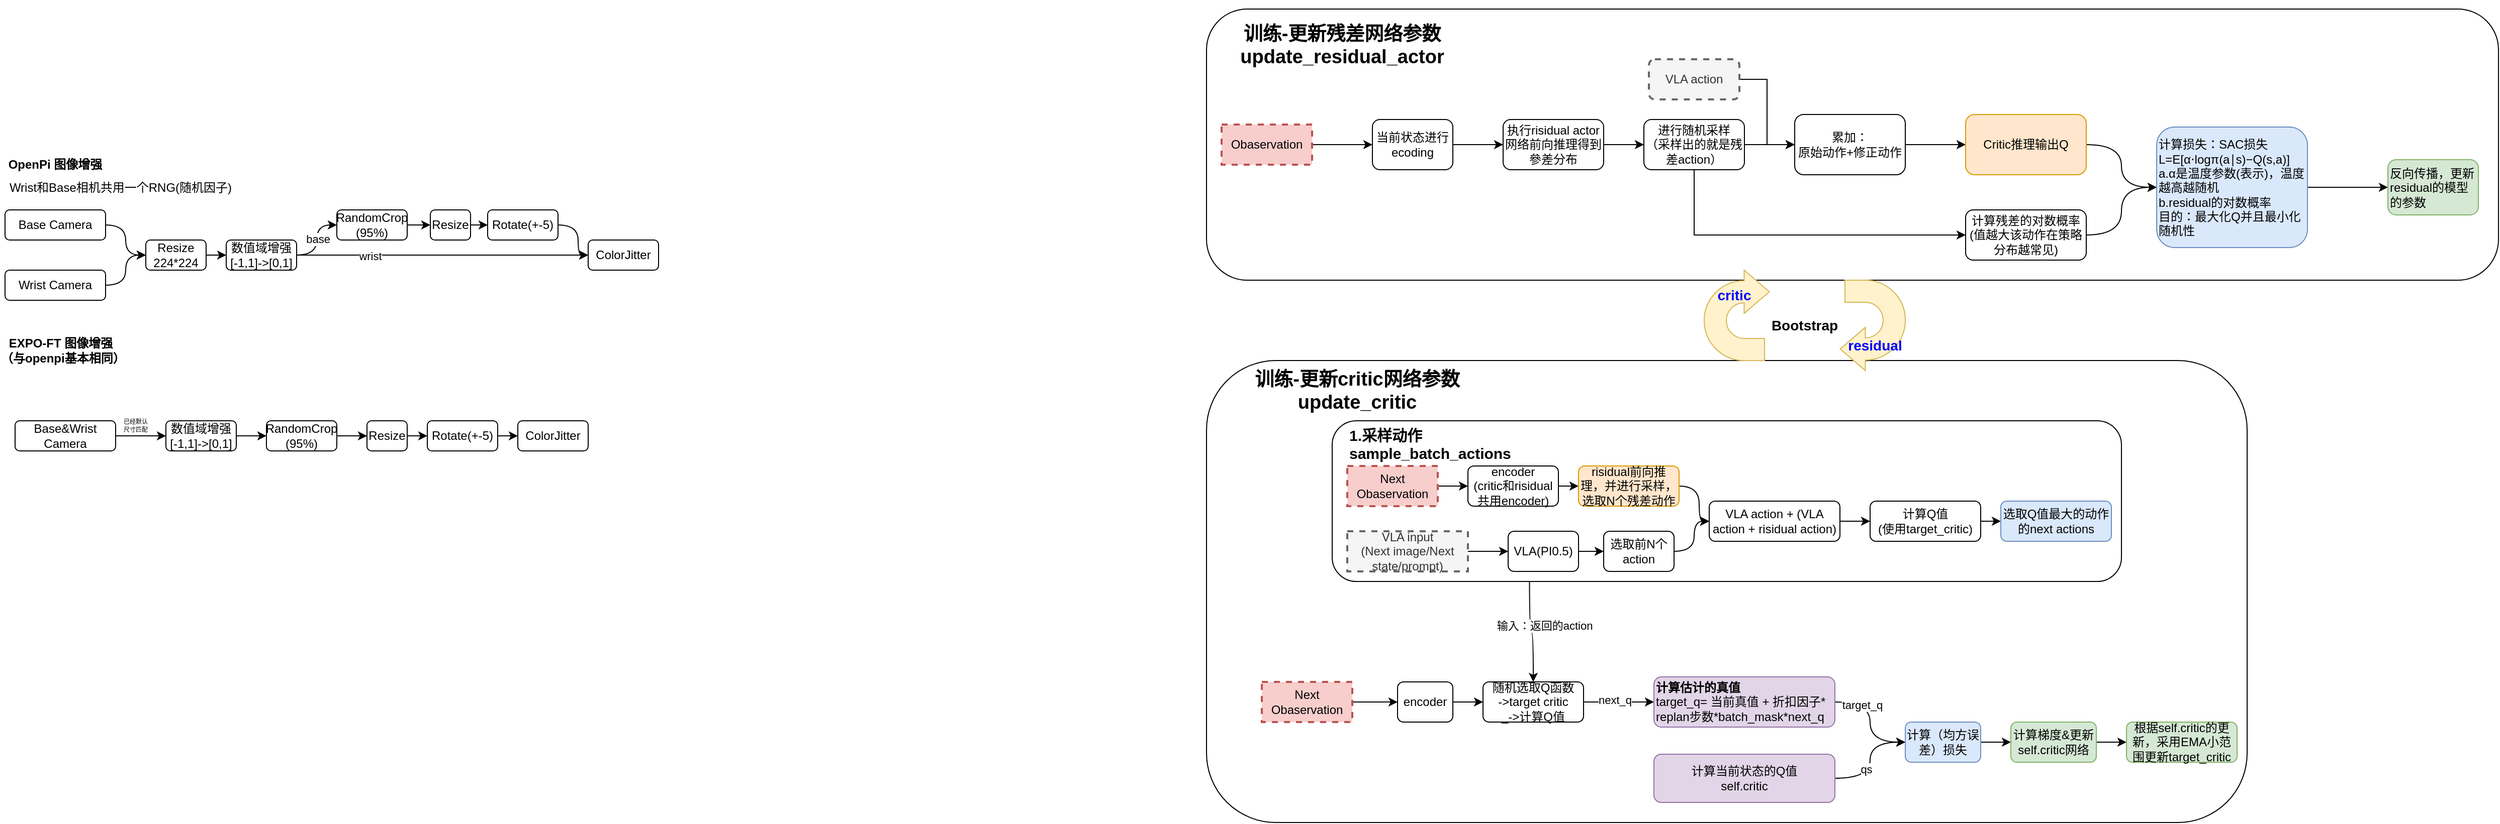
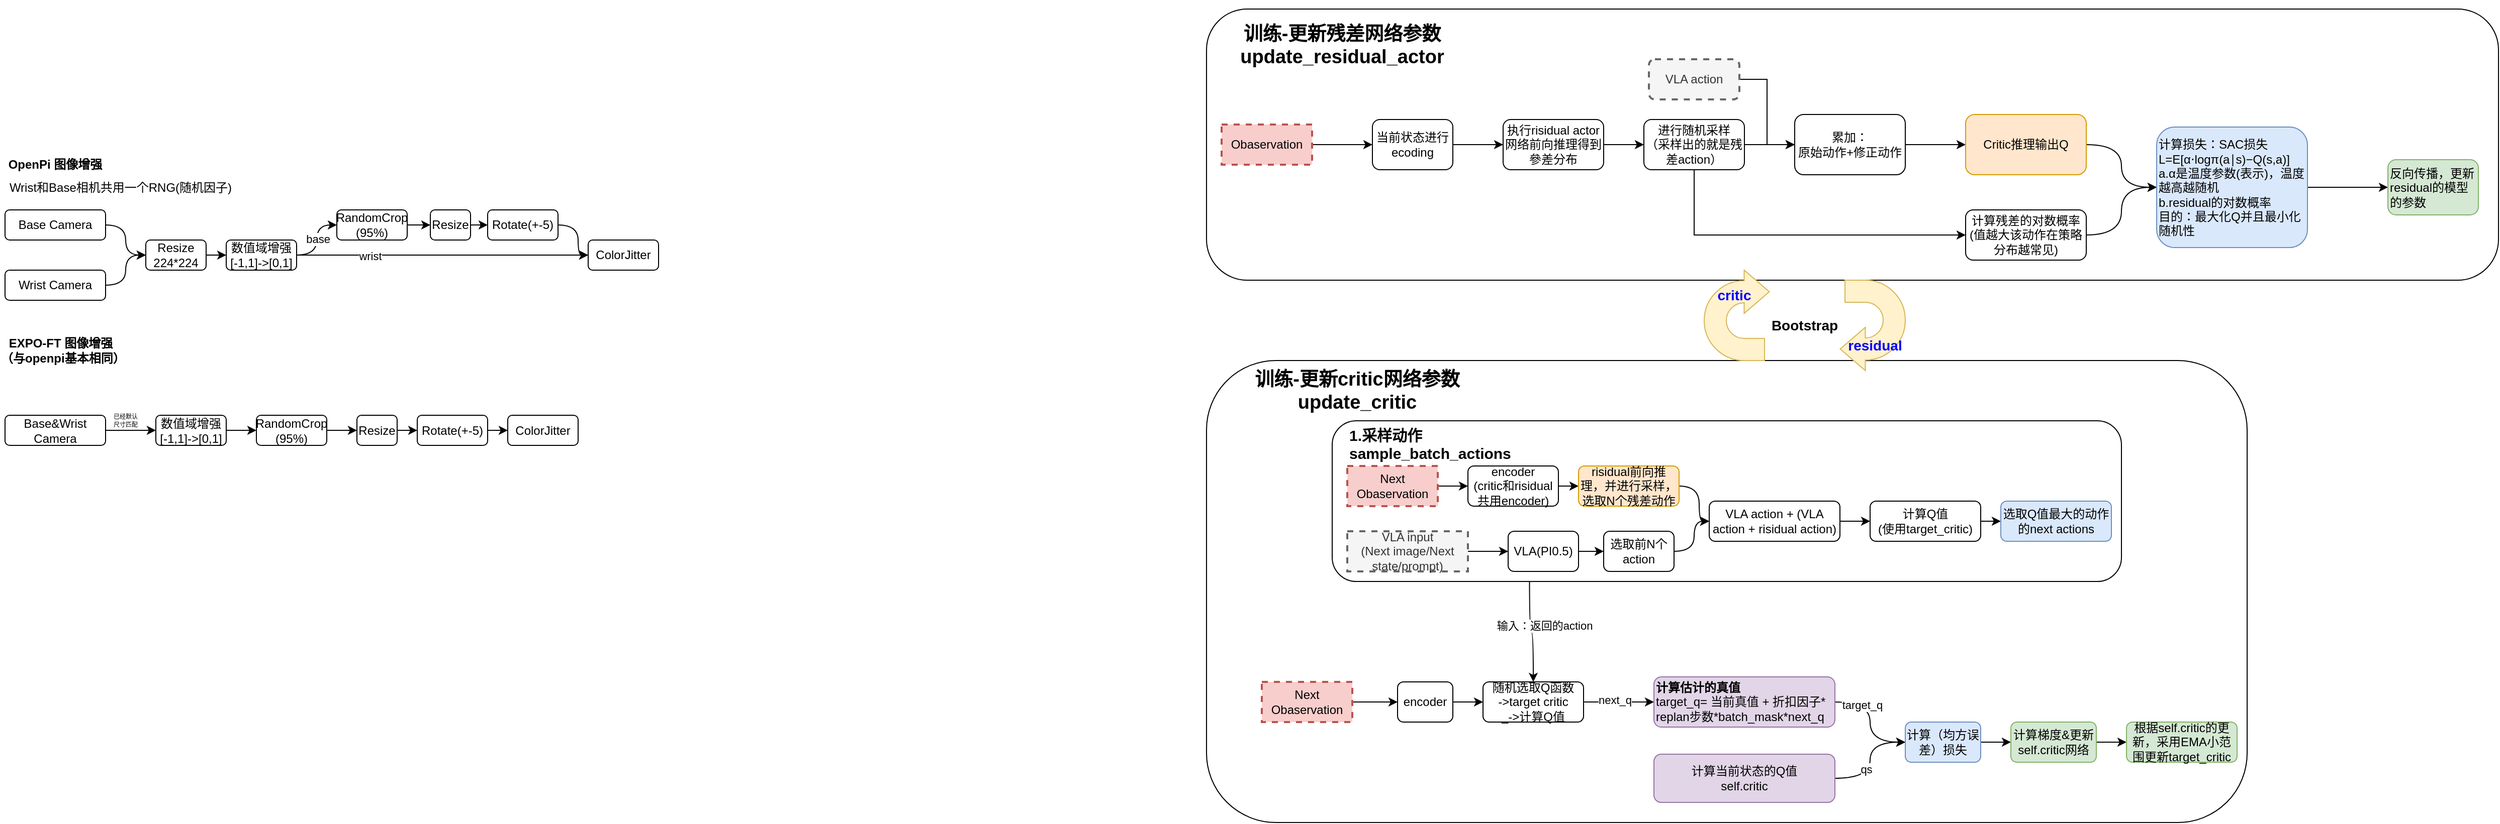
<mxfile host="app.diagrams.net">
  <diagram name="第 1 页" id="Xl2nalXjscSPXPMrPieM">
-     <mxGraphModel dx="1786" dy="375" grid="1" gridSize="10" guides="1" tooltips="1" connect="1" arrows="1" fold="1" page="1" pageScale="1" pageWidth="827" pageHeight="1169" math="0" shadow="0">
+     <mxGraphModel dx="2153" dy="1418" grid="1" gridSize="10" guides="1" tooltips="1" connect="1" arrows="1" fold="1" page="1" pageScale="1" pageWidth="827" pageHeight="1169" math="0" shadow="0">
      <root>
        <mxCell id="0" />
        <mxCell id="1" parent="0" />
        <mxCell id="5m5IZYSdE89hOnIhnB_D-75" parent="1" style="rounded=1;whiteSpace=wrap;html=1;" value="" vertex="1">
          <mxGeometry height="460" width="1035" x="-55" y="540" as="geometry" />
        </mxCell>
        <mxCell id="5m5IZYSdE89hOnIhnB_D-59" edge="1" parent="1" source="5m5IZYSdE89hOnIhnB_D-50" style="edgeStyle=orthogonalEdgeStyle;curved=1;rounded=0;orthogonalLoop=1;jettySize=auto;html=1;exitX=0.25;exitY=1;exitDx=0;exitDy=0;entryX=0.5;entryY=0;entryDx=0;entryDy=0;" target="5m5IZYSdE89hOnIhnB_D-56">
          <mxGeometry relative="1" as="geometry" />
        </mxCell>
        <mxCell id="5m5IZYSdE89hOnIhnB_D-60" connectable="0" parent="5m5IZYSdE89hOnIhnB_D-59" style="edgeLabel;html=1;align=center;verticalAlign=middle;resizable=0;points=[];" value="输入：返回的action" vertex="1">
          <mxGeometry relative="1" x="-0.1644" y="4" as="geometry">
            <mxPoint x="10" as="offset" />
          </mxGeometry>
        </mxCell>
        <mxCell id="5m5IZYSdE89hOnIhnB_D-22" parent="1" style="rounded=1;whiteSpace=wrap;html=1;" value="" vertex="1">
          <mxGeometry height="270" width="1285" x="-55" y="190" as="geometry" />
        </mxCell>
        <mxCell id="5m5IZYSdE89hOnIhnB_D-3" edge="1" parent="1" source="5m5IZYSdE89hOnIhnB_D-1" style="edgeStyle=orthogonalEdgeStyle;rounded=0;orthogonalLoop=1;jettySize=auto;html=1;" target="5m5IZYSdE89hOnIhnB_D-2" value="">
          <mxGeometry relative="1" as="geometry" />
        </mxCell>
        <mxCell id="5m5IZYSdE89hOnIhnB_D-1" parent="1" style="rounded=1;whiteSpace=wrap;html=1;" value="当前状态进行ecoding" vertex="1">
          <mxGeometry height="50" width="80" x="110" y="300" as="geometry" />
        </mxCell>
        <mxCell id="5m5IZYSdE89hOnIhnB_D-5" edge="1" parent="1" source="5m5IZYSdE89hOnIhnB_D-2" style="edgeStyle=orthogonalEdgeStyle;rounded=0;orthogonalLoop=1;jettySize=auto;html=1;" target="5m5IZYSdE89hOnIhnB_D-4" value="">
          <mxGeometry relative="1" as="geometry" />
        </mxCell>
        <mxCell id="5m5IZYSdE89hOnIhnB_D-2" parent="1" style="rounded=1;whiteSpace=wrap;html=1;" value="执行risidual actor网络前向推理得到參差分布" vertex="1">
          <mxGeometry height="50" width="100" x="240" y="300" as="geometry" />
        </mxCell>
        <mxCell id="5m5IZYSdE89hOnIhnB_D-7" edge="1" parent="1" source="5m5IZYSdE89hOnIhnB_D-4" style="edgeStyle=orthogonalEdgeStyle;rounded=0;orthogonalLoop=1;jettySize=auto;html=1;exitX=0.5;exitY=1;exitDx=0;exitDy=0;entryX=0;entryY=0.5;entryDx=0;entryDy=0;" target="5m5IZYSdE89hOnIhnB_D-6" value="">
          <mxGeometry relative="1" as="geometry" />
        </mxCell>
        <mxCell id="5m5IZYSdE89hOnIhnB_D-14" edge="1" parent="1" source="5m5IZYSdE89hOnIhnB_D-4" style="edgeStyle=orthogonalEdgeStyle;rounded=0;orthogonalLoop=1;jettySize=auto;html=1;exitX=1;exitY=0.5;exitDx=0;exitDy=0;entryX=0;entryY=0.5;entryDx=0;entryDy=0;" target="5m5IZYSdE89hOnIhnB_D-12">
          <mxGeometry relative="1" as="geometry" />
        </mxCell>
        <mxCell id="5m5IZYSdE89hOnIhnB_D-4" parent="1" style="rounded=1;whiteSpace=wrap;html=1;" value="进行随机采样&lt;br&gt;（采样出的就是残差action）" vertex="1">
          <mxGeometry height="50" width="100" x="380" y="300" as="geometry" />
        </mxCell>
        <mxCell id="5m5IZYSdE89hOnIhnB_D-19" edge="1" parent="1" source="5m5IZYSdE89hOnIhnB_D-6" style="edgeStyle=orthogonalEdgeStyle;rounded=0;orthogonalLoop=1;jettySize=auto;html=1;exitX=1;exitY=0.5;exitDx=0;exitDy=0;entryX=0;entryY=0.5;entryDx=0;entryDy=0;curved=1;" target="5m5IZYSdE89hOnIhnB_D-17">
          <mxGeometry relative="1" as="geometry" />
        </mxCell>
        <mxCell id="5m5IZYSdE89hOnIhnB_D-6" parent="1" style="rounded=1;whiteSpace=wrap;html=1;" value="计算残差的对数概率&lt;br&gt;(值越大该动作在策略分布越常见)" vertex="1">
          <mxGeometry height="50" width="120" x="700" y="390" as="geometry" />
        </mxCell>
        <mxCell id="5m5IZYSdE89hOnIhnB_D-9" edge="1" parent="1" source="5m5IZYSdE89hOnIhnB_D-8" style="edgeStyle=orthogonalEdgeStyle;rounded=0;orthogonalLoop=1;jettySize=auto;html=1;exitX=1;exitY=0.5;exitDx=0;exitDy=0;entryX=0;entryY=0.5;entryDx=0;entryDy=0;" target="5m5IZYSdE89hOnIhnB_D-1">
          <mxGeometry relative="1" as="geometry" />
        </mxCell>
        <mxCell id="5m5IZYSdE89hOnIhnB_D-8" parent="1" style="rounded=0;whiteSpace=wrap;html=1;fillColor=#f8cecc;strokeColor=#b85450;dashed=1;strokeWidth=2;" value="Obaservation" vertex="1">
          <mxGeometry height="40" width="90" x="-40" y="305" as="geometry" />
        </mxCell>
        <mxCell id="5m5IZYSdE89hOnIhnB_D-13" edge="1" parent="1" source="5m5IZYSdE89hOnIhnB_D-10" style="edgeStyle=orthogonalEdgeStyle;rounded=0;orthogonalLoop=1;jettySize=auto;html=1;exitX=1;exitY=0.5;exitDx=0;exitDy=0;entryX=0;entryY=0.5;entryDx=0;entryDy=0;" target="5m5IZYSdE89hOnIhnB_D-12">
          <mxGeometry relative="1" as="geometry" />
        </mxCell>
        <mxCell id="5m5IZYSdE89hOnIhnB_D-10" parent="1" style="rounded=1;whiteSpace=wrap;html=1;fillColor=#f5f5f5;fontColor=#333333;strokeColor=#666666;dashed=1;strokeWidth=2;" value="VLA action" vertex="1">
          <mxGeometry height="40" width="90" x="385" y="240" as="geometry" />
        </mxCell>
        <mxCell id="5m5IZYSdE89hOnIhnB_D-16" edge="1" parent="1" source="5m5IZYSdE89hOnIhnB_D-12" style="edgeStyle=orthogonalEdgeStyle;rounded=0;orthogonalLoop=1;jettySize=auto;html=1;exitX=1;exitY=0.5;exitDx=0;exitDy=0;entryX=0;entryY=0.5;entryDx=0;entryDy=0;" target="5m5IZYSdE89hOnIhnB_D-15">
          <mxGeometry relative="1" as="geometry" />
        </mxCell>
        <mxCell id="5m5IZYSdE89hOnIhnB_D-12" parent="1" style="rounded=1;whiteSpace=wrap;html=1;" value="累加：&lt;br&gt;原始动作+修正动作" vertex="1">
          <mxGeometry height="60" width="110" x="530" y="295" as="geometry" />
        </mxCell>
        <mxCell id="5m5IZYSdE89hOnIhnB_D-18" edge="1" parent="1" source="5m5IZYSdE89hOnIhnB_D-15" style="edgeStyle=orthogonalEdgeStyle;rounded=0;orthogonalLoop=1;jettySize=auto;html=1;exitX=1;exitY=0.5;exitDx=0;exitDy=0;entryX=0;entryY=0.5;entryDx=0;entryDy=0;curved=1;" target="5m5IZYSdE89hOnIhnB_D-17">
          <mxGeometry relative="1" as="geometry" />
        </mxCell>
        <mxCell id="5m5IZYSdE89hOnIhnB_D-15" parent="1" style="rounded=1;whiteSpace=wrap;html=1;fillColor=#ffe6cc;strokeColor=#d79b00;" value="Critic推理输出Q" vertex="1">
          <mxGeometry height="60" width="120" x="700" y="295" as="geometry" />
        </mxCell>
        <mxCell id="5m5IZYSdE89hOnIhnB_D-21" edge="1" parent="1" source="5m5IZYSdE89hOnIhnB_D-17" style="edgeStyle=orthogonalEdgeStyle;curved=1;rounded=0;orthogonalLoop=1;jettySize=auto;html=1;" target="5m5IZYSdE89hOnIhnB_D-20" value="">
          <mxGeometry relative="1" as="geometry" />
        </mxCell>
        <mxCell id="5m5IZYSdE89hOnIhnB_D-17" parent="1" style="rounded=1;whiteSpace=wrap;html=1;align=left;fillColor=#dae8fc;strokeColor=#6c8ebf;" value="计算损失：SAC损失&lt;br&gt;L=E[α⋅logπ(a∣s)−Q(s,a)]&lt;div&gt;a.α是温度参数(表示)，温度越高越随机&lt;br&gt;b.residual的对数概率&lt;br&gt;目的：最大化Q并且最小化随机性&lt;/div&gt;" vertex="1">
          <mxGeometry height="120" width="150" x="890" y="307.5" as="geometry" />
        </mxCell>
        <mxCell id="5m5IZYSdE89hOnIhnB_D-20" parent="1" style="rounded=1;whiteSpace=wrap;html=1;align=left;fillColor=#d5e8d4;strokeColor=#82b366;" value="反向传播，更新residual的模型的参数" vertex="1">
          <mxGeometry height="55" width="90" x="1120" y="340" as="geometry" />
        </mxCell>
        <mxCell id="5m5IZYSdE89hOnIhnB_D-23" parent="1" style="text;html=1;whiteSpace=wrap;strokeColor=none;fillColor=none;align=center;verticalAlign=middle;rounded=0;fontStyle=1;fontSize=19;" value="&lt;br&gt;训练-更新残差网络参数update_residual_actor" vertex="1">
          <mxGeometry height="30" width="220" x="-30" y="200" as="geometry" />
        </mxCell>
        <mxCell id="5m5IZYSdE89hOnIhnB_D-55" edge="1" parent="1" source="5m5IZYSdE89hOnIhnB_D-53" style="edgeStyle=orthogonalEdgeStyle;curved=1;rounded=0;orthogonalLoop=1;jettySize=auto;html=1;exitX=1;exitY=0.5;exitDx=0;exitDy=0;entryX=0;entryY=0.5;entryDx=0;entryDy=0;" target="5m5IZYSdE89hOnIhnB_D-54">
          <mxGeometry relative="1" as="geometry" />
        </mxCell>
        <mxCell id="5m5IZYSdE89hOnIhnB_D-53" parent="1" style="rounded=0;whiteSpace=wrap;html=1;fillColor=#f8cecc;strokeColor=#b85450;dashed=1;strokeWidth=2;" value="Next&lt;br&gt;Obaservation" vertex="1">
          <mxGeometry height="40" width="90" y="860" as="geometry" />
        </mxCell>
        <mxCell id="5m5IZYSdE89hOnIhnB_D-57" edge="1" parent="1" source="5m5IZYSdE89hOnIhnB_D-54" style="edgeStyle=orthogonalEdgeStyle;curved=1;rounded=0;orthogonalLoop=1;jettySize=auto;html=1;" target="5m5IZYSdE89hOnIhnB_D-56" value="">
          <mxGeometry relative="1" as="geometry" />
        </mxCell>
        <mxCell id="5m5IZYSdE89hOnIhnB_D-54" parent="1" style="rounded=1;whiteSpace=wrap;html=1;strokeWidth=1;" value="encoder" vertex="1">
          <mxGeometry height="40" width="55" x="135" y="860" as="geometry" />
        </mxCell>
        <mxCell id="5m5IZYSdE89hOnIhnB_D-64" edge="1" parent="1" source="5m5IZYSdE89hOnIhnB_D-56" style="edgeStyle=orthogonalEdgeStyle;curved=1;rounded=0;orthogonalLoop=1;jettySize=auto;html=1;" target="5m5IZYSdE89hOnIhnB_D-63" value="">
          <mxGeometry relative="1" as="geometry" />
        </mxCell>
        <mxCell id="5m5IZYSdE89hOnIhnB_D-65" connectable="0" parent="5m5IZYSdE89hOnIhnB_D-64" style="edgeLabel;html=1;align=center;verticalAlign=middle;resizable=0;points=[];" value="next_q" vertex="1">
          <mxGeometry relative="1" x="-0.1202" y="2" as="geometry">
            <mxPoint as="offset" />
          </mxGeometry>
        </mxCell>
        <mxCell id="5m5IZYSdE89hOnIhnB_D-56" parent="1" style="rounded=1;whiteSpace=wrap;html=1;strokeWidth=1;" value="随机选取Q函数&lt;br&gt;-&amp;gt;target critic&lt;div&gt;_-&amp;gt;计算Q值&lt;/div&gt;" vertex="1">
          <mxGeometry height="40" width="100" x="220" y="860" as="geometry" />
        </mxCell>
        <mxCell id="5m5IZYSdE89hOnIhnB_D-67" edge="1" parent="1" source="5m5IZYSdE89hOnIhnB_D-63" style="edgeStyle=orthogonalEdgeStyle;curved=1;rounded=0;orthogonalLoop=1;jettySize=auto;html=1;" target="5m5IZYSdE89hOnIhnB_D-66" value="">
          <mxGeometry relative="1" as="geometry" />
        </mxCell>
        <mxCell id="5m5IZYSdE89hOnIhnB_D-70" connectable="0" parent="5m5IZYSdE89hOnIhnB_D-67" style="edgeLabel;html=1;align=center;verticalAlign=middle;resizable=0;points=[];" value="target_q" vertex="1">
          <mxGeometry relative="1" x="-0.5152" y="-3" as="geometry">
            <mxPoint as="offset" />
          </mxGeometry>
        </mxCell>
        <mxCell id="5m5IZYSdE89hOnIhnB_D-63" parent="1" style="rounded=1;whiteSpace=wrap;html=1;strokeWidth=1;align=left;fillColor=#e1d5e7;strokeColor=#9673a6;" value="&lt;b&gt;计算估计的真值&lt;/b&gt;&lt;br&gt;target_q= 当前真值 + 折扣因子* replan步数*batch_mask*next_q" vertex="1">
          <mxGeometry height="50" width="180" x="390" y="855" as="geometry" />
        </mxCell>
        <mxCell id="5m5IZYSdE89hOnIhnB_D-74" edge="1" parent="1" source="5m5IZYSdE89hOnIhnB_D-66" style="edgeStyle=orthogonalEdgeStyle;curved=1;rounded=0;orthogonalLoop=1;jettySize=auto;html=1;" target="5m5IZYSdE89hOnIhnB_D-73" value="">
          <mxGeometry relative="1" as="geometry" />
        </mxCell>
        <mxCell id="5m5IZYSdE89hOnIhnB_D-66" parent="1" style="whiteSpace=wrap;html=1;align=center;rounded=1;strokeWidth=1;fillColor=#dae8fc;strokeColor=#6c8ebf;" value="计算（均方误差）损失" vertex="1">
          <mxGeometry height="40" width="75" x="640" y="900" as="geometry" />
        </mxCell>
        <mxCell id="5m5IZYSdE89hOnIhnB_D-69" edge="1" parent="1" source="5m5IZYSdE89hOnIhnB_D-68" style="edgeStyle=orthogonalEdgeStyle;curved=1;rounded=0;orthogonalLoop=1;jettySize=auto;html=1;exitX=1;exitY=0.5;exitDx=0;exitDy=0;entryX=0;entryY=0.5;entryDx=0;entryDy=0;" target="5m5IZYSdE89hOnIhnB_D-66">
          <mxGeometry relative="1" as="geometry" />
        </mxCell>
        <mxCell id="5m5IZYSdE89hOnIhnB_D-72" connectable="0" parent="5m5IZYSdE89hOnIhnB_D-69" style="edgeLabel;html=1;align=center;verticalAlign=middle;resizable=0;points=[];" value="qs" vertex="1">
          <mxGeometry relative="1" x="-0.1592" y="4" as="geometry">
            <mxPoint as="offset" />
          </mxGeometry>
        </mxCell>
        <mxCell id="5m5IZYSdE89hOnIhnB_D-68" parent="1" style="rounded=1;whiteSpace=wrap;html=1;strokeWidth=1;fillColor=#e1d5e7;strokeColor=#9673a6;" value="计算当前状态的Q值&lt;br&gt;self.critic" vertex="1">
          <mxGeometry height="48" width="180" x="390" y="932" as="geometry" />
        </mxCell>
        <mxCell id="5m5IZYSdE89hOnIhnB_D-78" edge="1" parent="1" source="5m5IZYSdE89hOnIhnB_D-73" style="edgeStyle=orthogonalEdgeStyle;curved=1;rounded=0;orthogonalLoop=1;jettySize=auto;html=1;" target="5m5IZYSdE89hOnIhnB_D-77" value="">
          <mxGeometry relative="1" as="geometry" />
        </mxCell>
        <mxCell id="5m5IZYSdE89hOnIhnB_D-73" parent="1" style="whiteSpace=wrap;html=1;align=center;rounded=1;strokeWidth=1;fillColor=#d5e8d4;strokeColor=#82b366;" value="计算梯度&amp;amp;更新self.critic网络" vertex="1">
          <mxGeometry height="40" width="85" x="745" y="900" as="geometry" />
        </mxCell>
        <mxCell id="5m5IZYSdE89hOnIhnB_D-76" parent="1" style="text;html=1;whiteSpace=wrap;strokeColor=none;fillColor=none;align=center;verticalAlign=middle;rounded=0;fontStyle=1;fontSize=19;" value="训练-更新critic网络参数&lt;br&gt;update_critic" vertex="1">
          <mxGeometry height="40" width="220" x="-15" y="550" as="geometry" />
        </mxCell>
        <mxCell id="5m5IZYSdE89hOnIhnB_D-77" parent="1" style="whiteSpace=wrap;html=1;align=center;rounded=1;strokeWidth=1;fillColor=#d5e8d4;strokeColor=#82b366;" value="根据self.critic的更新，采用EMA小范围更新target_critic" vertex="1">
          <mxGeometry height="40" width="110" x="860" y="900" as="geometry" />
        </mxCell>
        <mxCell id="5m5IZYSdE89hOnIhnB_D-79" connectable="0" parent="1" style="group" value="" vertex="1">
          <mxGeometry height="160" width="785" x="70" y="600" as="geometry" />
        </mxCell>
        <mxCell id="5m5IZYSdE89hOnIhnB_D-50" parent="5m5IZYSdE89hOnIhnB_D-79" style="rounded=1;whiteSpace=wrap;html=1;" value="" vertex="1">
          <mxGeometry height="160" width="785" as="geometry" />
        </mxCell>
        <mxCell id="5m5IZYSdE89hOnIhnB_D-39" edge="1" parent="5m5IZYSdE89hOnIhnB_D-79" source="5m5IZYSdE89hOnIhnB_D-32" style="edgeStyle=orthogonalEdgeStyle;curved=1;rounded=0;orthogonalLoop=1;jettySize=auto;html=1;exitX=1;exitY=0.5;exitDx=0;exitDy=0;entryX=0;entryY=0.5;entryDx=0;entryDy=0;" target="5m5IZYSdE89hOnIhnB_D-38">
          <mxGeometry relative="1" as="geometry" />
        </mxCell>
        <mxCell id="5m5IZYSdE89hOnIhnB_D-32" parent="5m5IZYSdE89hOnIhnB_D-79" style="rounded=0;whiteSpace=wrap;html=1;fillColor=#f8cecc;strokeColor=#b85450;dashed=1;strokeWidth=2;" value="Next&lt;br&gt;Obaservation" vertex="1">
          <mxGeometry height="40" width="90" x="15" y="45" as="geometry" />
        </mxCell>
        <mxCell id="5m5IZYSdE89hOnIhnB_D-35" edge="1" parent="5m5IZYSdE89hOnIhnB_D-79" source="5m5IZYSdE89hOnIhnB_D-33" style="edgeStyle=orthogonalEdgeStyle;curved=1;rounded=0;orthogonalLoop=1;jettySize=auto;html=1;" target="5m5IZYSdE89hOnIhnB_D-34" value="">
          <mxGeometry relative="1" as="geometry" />
        </mxCell>
        <mxCell id="5m5IZYSdE89hOnIhnB_D-33" parent="5m5IZYSdE89hOnIhnB_D-79" style="rounded=0;whiteSpace=wrap;html=1;fillColor=#f5f5f5;fontColor=#333333;strokeColor=#666666;dashed=1;strokeWidth=2;" value="VLA input&lt;br&gt;(Next image/Next state/prompt)" vertex="1">
          <mxGeometry height="40" width="120" x="15" y="110" as="geometry" />
        </mxCell>
        <mxCell id="5m5IZYSdE89hOnIhnB_D-37" edge="1" parent="5m5IZYSdE89hOnIhnB_D-79" source="5m5IZYSdE89hOnIhnB_D-34" style="edgeStyle=orthogonalEdgeStyle;curved=1;rounded=0;orthogonalLoop=1;jettySize=auto;html=1;" target="5m5IZYSdE89hOnIhnB_D-36" value="">
          <mxGeometry relative="1" as="geometry" />
        </mxCell>
        <mxCell id="5m5IZYSdE89hOnIhnB_D-34" parent="5m5IZYSdE89hOnIhnB_D-79" style="rounded=1;whiteSpace=wrap;html=1;strokeWidth=1;" value="VLA(PI0.5)" vertex="1">
          <mxGeometry height="40" width="70" x="175" y="110" as="geometry" />
        </mxCell>
        <mxCell id="5m5IZYSdE89hOnIhnB_D-44" edge="1" parent="5m5IZYSdE89hOnIhnB_D-79" source="5m5IZYSdE89hOnIhnB_D-36" style="edgeStyle=orthogonalEdgeStyle;curved=1;rounded=0;orthogonalLoop=1;jettySize=auto;html=1;exitX=1;exitY=0.5;exitDx=0;exitDy=0;entryX=0;entryY=0.5;entryDx=0;entryDy=0;" target="5m5IZYSdE89hOnIhnB_D-43">
          <mxGeometry relative="1" as="geometry" />
        </mxCell>
        <mxCell id="5m5IZYSdE89hOnIhnB_D-36" parent="5m5IZYSdE89hOnIhnB_D-79" style="rounded=1;whiteSpace=wrap;html=1;strokeWidth=1;" value="选取前N个action" vertex="1">
          <mxGeometry height="40" width="70" x="270" y="110" as="geometry" />
        </mxCell>
        <mxCell id="5m5IZYSdE89hOnIhnB_D-41" edge="1" parent="5m5IZYSdE89hOnIhnB_D-79" source="5m5IZYSdE89hOnIhnB_D-38" style="edgeStyle=orthogonalEdgeStyle;curved=1;rounded=0;orthogonalLoop=1;jettySize=auto;html=1;" target="5m5IZYSdE89hOnIhnB_D-40" value="">
          <mxGeometry relative="1" as="geometry" />
        </mxCell>
        <mxCell id="5m5IZYSdE89hOnIhnB_D-38" parent="5m5IZYSdE89hOnIhnB_D-79" style="rounded=1;whiteSpace=wrap;html=1;strokeWidth=1;" value="encoder&lt;div&gt;(critic和risidual共用encoder)&lt;/div&gt;" vertex="1">
          <mxGeometry height="40" width="90" x="135" y="45" as="geometry" />
        </mxCell>
        <mxCell id="5m5IZYSdE89hOnIhnB_D-45" edge="1" parent="5m5IZYSdE89hOnIhnB_D-79" source="5m5IZYSdE89hOnIhnB_D-40" style="edgeStyle=orthogonalEdgeStyle;curved=1;rounded=0;orthogonalLoop=1;jettySize=auto;html=1;exitX=1;exitY=0.5;exitDx=0;exitDy=0;entryX=0;entryY=0.5;entryDx=0;entryDy=0;" target="5m5IZYSdE89hOnIhnB_D-43">
          <mxGeometry relative="1" as="geometry" />
        </mxCell>
        <mxCell id="5m5IZYSdE89hOnIhnB_D-40" parent="5m5IZYSdE89hOnIhnB_D-79" style="rounded=1;whiteSpace=wrap;html=1;strokeWidth=1;fillColor=#ffe6cc;strokeColor=#d79b00;" value="risidual前向推理，并进行采样，选取N个残差动作" vertex="1">
          <mxGeometry height="40" width="100" x="245" y="45" as="geometry" />
        </mxCell>
        <mxCell id="5m5IZYSdE89hOnIhnB_D-47" edge="1" parent="5m5IZYSdE89hOnIhnB_D-79" source="5m5IZYSdE89hOnIhnB_D-43" style="edgeStyle=orthogonalEdgeStyle;curved=1;rounded=0;orthogonalLoop=1;jettySize=auto;html=1;exitX=1;exitY=0.5;exitDx=0;exitDy=0;entryX=0;entryY=0.5;entryDx=0;entryDy=0;" target="5m5IZYSdE89hOnIhnB_D-46">
          <mxGeometry relative="1" as="geometry" />
        </mxCell>
        <mxCell id="5m5IZYSdE89hOnIhnB_D-43" parent="5m5IZYSdE89hOnIhnB_D-79" style="rounded=1;whiteSpace=wrap;html=1;strokeWidth=1;" value="VLA action + (VLA action + risidual action)" vertex="1">
          <mxGeometry height="40" width="130" x="375" y="80" as="geometry" />
        </mxCell>
        <mxCell id="5m5IZYSdE89hOnIhnB_D-49" edge="1" parent="5m5IZYSdE89hOnIhnB_D-79" source="5m5IZYSdE89hOnIhnB_D-46" style="edgeStyle=orthogonalEdgeStyle;curved=1;rounded=0;orthogonalLoop=1;jettySize=auto;html=1;" target="5m5IZYSdE89hOnIhnB_D-48" value="">
          <mxGeometry relative="1" as="geometry" />
        </mxCell>
        <mxCell id="5m5IZYSdE89hOnIhnB_D-46" parent="5m5IZYSdE89hOnIhnB_D-79" style="rounded=1;whiteSpace=wrap;html=1;strokeWidth=1;" value="计算Q值&lt;br&gt;(使用target_critic)" vertex="1">
          <mxGeometry height="40" width="110" x="535" y="80" as="geometry" />
        </mxCell>
        <mxCell id="5m5IZYSdE89hOnIhnB_D-48" parent="5m5IZYSdE89hOnIhnB_D-79" style="rounded=1;whiteSpace=wrap;html=1;strokeWidth=1;fillColor=#dae8fc;strokeColor=#6c8ebf;" value="选取Q值最大的动作&lt;br&gt;的next actions" vertex="1">
          <mxGeometry height="40" width="110" x="665" y="80" as="geometry" />
        </mxCell>
        <mxCell id="5m5IZYSdE89hOnIhnB_D-51" parent="5m5IZYSdE89hOnIhnB_D-79" style="text;html=1;whiteSpace=wrap;strokeColor=none;fillColor=none;align=left;verticalAlign=middle;rounded=0;fontStyle=1;fontSize=15;" value="1.采样动作&lt;br&gt;sample_batch_actions" vertex="1">
          <mxGeometry height="30" width="220" x="15" y="8" as="geometry" />
        </mxCell>
        <mxCell id="5m5IZYSdE89hOnIhnB_D-82" parent="1" style="html=1;shadow=0;dashed=0;align=center;verticalAlign=middle;shape=mxgraph.arrows2.uTurnArrow;dy=11;arrowHead=43;dx2=25;fillColor=#fff2cc;strokeColor=#d6b656;" value="" vertex="1">
          <mxGeometry height="90" width="60" x="440" y="450" as="geometry" />
        </mxCell>
        <mxCell id="5m5IZYSdE89hOnIhnB_D-83" parent="1" style="html=1;shadow=0;dashed=0;align=center;verticalAlign=middle;shape=mxgraph.arrows2.uTurnArrow;dy=11;arrowHead=43;dx2=25;rotation=-180;fillColor=#fff2cc;strokeColor=#d6b656;" value="&amp;nbsp; " vertex="1">
          <mxGeometry height="90" width="60" x="580" y="460" as="geometry" />
        </mxCell>
        <mxCell id="5m5IZYSdE89hOnIhnB_D-84" parent="1" style="text;html=1;whiteSpace=wrap;strokeColor=none;fillColor=none;align=center;verticalAlign=middle;rounded=0;fontStyle=1;fontSize=14;" value="Bootstrap" vertex="1">
          <mxGeometry height="30" width="60" x="510" y="490" as="geometry" />
        </mxCell>
        <mxCell id="5m5IZYSdE89hOnIhnB_D-85" parent="1" style="text;html=1;whiteSpace=wrap;strokeColor=none;fillColor=none;align=center;verticalAlign=middle;rounded=0;fontStyle=1;fontColor=#0000FF;fontSize=14;" value="critic" vertex="1">
          <mxGeometry height="30" width="60" x="440" y="460" as="geometry" />
        </mxCell>
        <mxCell id="5m5IZYSdE89hOnIhnB_D-86" parent="1" style="text;html=1;whiteSpace=wrap;strokeColor=none;fillColor=none;align=center;verticalAlign=middle;rounded=0;fontStyle=1;fontColor=#0000FF;fontSize=14;" value="residual" vertex="1">
          <mxGeometry height="30" width="60" x="580" y="510" as="geometry" />
        </mxCell>
        <mxCell id="5m5IZYSdE89hOnIhnB_D-99" edge="1" parent="1" source="5m5IZYSdE89hOnIhnB_D-87" style="edgeStyle=orthogonalEdgeStyle;curved=1;rounded=0;orthogonalLoop=1;jettySize=auto;html=1;exitX=1;exitY=0.5;exitDx=0;exitDy=0;entryX=0;entryY=0.5;entryDx=0;entryDy=0;" target="5m5IZYSdE89hOnIhnB_D-89">
          <mxGeometry relative="1" as="geometry" />
        </mxCell>
        <mxCell id="5m5IZYSdE89hOnIhnB_D-87" parent="1" style="rounded=1;whiteSpace=wrap;html=1;" value="Base Camera" vertex="1">
          <mxGeometry height="30" width="100" x="-1250" y="390" as="geometry" />
        </mxCell>
        <mxCell id="5m5IZYSdE89hOnIhnB_D-98" edge="1" parent="1" source="5m5IZYSdE89hOnIhnB_D-88" style="edgeStyle=orthogonalEdgeStyle;curved=1;rounded=0;orthogonalLoop=1;jettySize=auto;html=1;exitX=1;exitY=0.5;exitDx=0;exitDy=0;entryX=0;entryY=0.5;entryDx=0;entryDy=0;" target="5m5IZYSdE89hOnIhnB_D-89">
          <mxGeometry relative="1" as="geometry" />
        </mxCell>
        <mxCell id="5m5IZYSdE89hOnIhnB_D-88" parent="1" style="rounded=1;whiteSpace=wrap;html=1;" value="Wrist Camera" vertex="1">
          <mxGeometry height="30" width="100" x="-1250" y="450" as="geometry" />
        </mxCell>
        <mxCell id="5m5IZYSdE89hOnIhnB_D-108" edge="1" parent="1" source="5m5IZYSdE89hOnIhnB_D-89" style="edgeStyle=orthogonalEdgeStyle;curved=1;rounded=0;orthogonalLoop=1;jettySize=auto;html=1;" target="5m5IZYSdE89hOnIhnB_D-107" value="">
          <mxGeometry relative="1" as="geometry" />
        </mxCell>
        <mxCell id="5m5IZYSdE89hOnIhnB_D-89" parent="1" style="rounded=1;whiteSpace=wrap;html=1;" value="Resize&lt;div&gt;224*224&lt;/div&gt;" vertex="1">
          <mxGeometry height="30" width="60" x="-1110" y="420" as="geometry" />
        </mxCell>
        <mxCell id="5m5IZYSdE89hOnIhnB_D-92" edge="1" parent="1" source="5m5IZYSdE89hOnIhnB_D-90" style="edgeStyle=orthogonalEdgeStyle;curved=1;rounded=0;orthogonalLoop=1;jettySize=auto;html=1;" target="5m5IZYSdE89hOnIhnB_D-91" value="">
          <mxGeometry relative="1" as="geometry" />
        </mxCell>
        <mxCell id="5m5IZYSdE89hOnIhnB_D-90" parent="1" style="rounded=1;whiteSpace=wrap;html=1;" value="RandomCrop&lt;br&gt;(95%)" vertex="1">
          <mxGeometry height="30" width="70" x="-920" y="390" as="geometry" />
        </mxCell>
        <mxCell id="5m5IZYSdE89hOnIhnB_D-94" edge="1" parent="1" source="5m5IZYSdE89hOnIhnB_D-91" style="edgeStyle=orthogonalEdgeStyle;curved=1;rounded=0;orthogonalLoop=1;jettySize=auto;html=1;" target="5m5IZYSdE89hOnIhnB_D-93" value="">
          <mxGeometry relative="1" as="geometry" />
        </mxCell>
        <mxCell id="5m5IZYSdE89hOnIhnB_D-91" parent="1" style="rounded=1;whiteSpace=wrap;html=1;" value="Resize" vertex="1">
          <mxGeometry height="30" width="40" x="-827" y="390" as="geometry" />
        </mxCell>
        <mxCell id="5m5IZYSdE89hOnIhnB_D-96" edge="1" parent="1" source="5m5IZYSdE89hOnIhnB_D-93" style="edgeStyle=orthogonalEdgeStyle;curved=1;rounded=0;orthogonalLoop=1;jettySize=auto;html=1;" target="5m5IZYSdE89hOnIhnB_D-95" value="">
          <mxGeometry relative="1" as="geometry" />
        </mxCell>
        <mxCell id="5m5IZYSdE89hOnIhnB_D-93" parent="1" style="rounded=1;whiteSpace=wrap;html=1;" value="Rotate(+-5)" vertex="1">
          <mxGeometry height="30" width="70" x="-770" y="390" as="geometry" />
        </mxCell>
        <mxCell id="5m5IZYSdE89hOnIhnB_D-95" parent="1" style="rounded=1;whiteSpace=wrap;html=1;" value="ColorJitter" vertex="1">
          <mxGeometry height="30" width="70" x="-670" y="420" as="geometry" />
        </mxCell>
        <mxCell id="5m5IZYSdE89hOnIhnB_D-103" parent="1" style="text;html=1;whiteSpace=wrap;strokeColor=none;fillColor=none;align=center;verticalAlign=middle;rounded=0;" value="Wrist和Base相机共用一个RNG(随机因子)" vertex="1">
          <mxGeometry height="20" width="230" x="-1250" y="357.5" as="geometry" />
        </mxCell>
        <mxCell id="5m5IZYSdE89hOnIhnB_D-105" parent="1" style="text;html=1;whiteSpace=wrap;strokeColor=none;fillColor=none;align=center;verticalAlign=middle;rounded=0;fontStyle=1" value="OpenPi 图像增强" vertex="1">
          <mxGeometry height="20" width="110" x="-1255" y="335" as="geometry" />
        </mxCell>
        <mxCell id="5m5IZYSdE89hOnIhnB_D-106" parent="1" style="text;html=1;whiteSpace=wrap;strokeColor=none;fillColor=none;align=center;verticalAlign=middle;rounded=0;fontStyle=1" value="EXPO-FT 图像增强&lt;br&gt;（与openpi基本相同）" vertex="1">
          <mxGeometry height="20" width="121" x="-1255" y="520" as="geometry" />
        </mxCell>
        <mxCell id="5m5IZYSdE89hOnIhnB_D-109" edge="1" parent="1" source="5m5IZYSdE89hOnIhnB_D-107" style="edgeStyle=orthogonalEdgeStyle;curved=1;rounded=0;orthogonalLoop=1;jettySize=auto;html=1;exitX=1;exitY=0.5;exitDx=0;exitDy=0;entryX=0;entryY=0.5;entryDx=0;entryDy=0;" target="5m5IZYSdE89hOnIhnB_D-90">
          <mxGeometry relative="1" as="geometry" />
        </mxCell>
        <mxCell id="5m5IZYSdE89hOnIhnB_D-110" connectable="0" parent="5m5IZYSdE89hOnIhnB_D-109" style="edgeLabel;html=1;align=center;verticalAlign=middle;resizable=0;points=[];" value="base" vertex="1">
          <mxGeometry relative="1" x="0.0335" y="-1" as="geometry">
            <mxPoint as="offset" />
          </mxGeometry>
        </mxCell>
        <mxCell id="5m5IZYSdE89hOnIhnB_D-111" edge="1" parent="1" source="5m5IZYSdE89hOnIhnB_D-107" style="edgeStyle=orthogonalEdgeStyle;curved=1;rounded=0;orthogonalLoop=1;jettySize=auto;html=1;exitX=1;exitY=0.5;exitDx=0;exitDy=0;" target="5m5IZYSdE89hOnIhnB_D-95">
          <mxGeometry relative="1" as="geometry" />
        </mxCell>
        <mxCell id="5m5IZYSdE89hOnIhnB_D-112" connectable="0" parent="5m5IZYSdE89hOnIhnB_D-111" style="edgeLabel;html=1;align=center;verticalAlign=middle;resizable=0;points=[];" value="wrist" vertex="1">
          <mxGeometry relative="1" x="-0.4996" y="-1" as="geometry">
            <mxPoint as="offset" />
          </mxGeometry>
        </mxCell>
        <mxCell id="5m5IZYSdE89hOnIhnB_D-107" parent="1" style="rounded=1;whiteSpace=wrap;html=1;" value="数值域增强&lt;br&gt;[-1,1]-&amp;gt;[0,1]" vertex="1">
          <mxGeometry height="30" width="70" x="-1030" y="420" as="geometry" />
        </mxCell>
        <mxCell id="5m5IZYSdE89hOnIhnB_D-118" edge="1" parent="1" source="5m5IZYSdE89hOnIhnB_D-113" style="edgeStyle=orthogonalEdgeStyle;curved=1;rounded=0;orthogonalLoop=1;jettySize=auto;html=1;exitX=1;exitY=0.5;exitDx=0;exitDy=0;entryX=0;entryY=0.5;entryDx=0;entryDy=0;" target="5m5IZYSdE89hOnIhnB_D-114">
          <mxGeometry relative="1" as="geometry" />
        </mxCell>
        <mxCell id="5m5IZYSdE89hOnIhnB_D-113" parent="1" style="rounded=1;whiteSpace=wrap;html=1;" value="数值域增强&lt;br&gt;[-1,1]-&amp;gt;[0,1]" vertex="1">
-           <mxGeometry height="30" width="70" x="-1090" y="600" as="geometry" />
+           <mxGeometry height="30" width="70" x="-1100" y="594.5" as="geometry" />
        </mxCell>
        <mxCell id="5m5IZYSdE89hOnIhnB_D-119" edge="1" parent="1" source="5m5IZYSdE89hOnIhnB_D-114" style="edgeStyle=orthogonalEdgeStyle;curved=1;rounded=0;orthogonalLoop=1;jettySize=auto;html=1;exitX=1;exitY=0.5;exitDx=0;exitDy=0;entryX=0;entryY=0.5;entryDx=0;entryDy=0;" target="5m5IZYSdE89hOnIhnB_D-115">
          <mxGeometry relative="1" as="geometry" />
        </mxCell>
        <mxCell id="5m5IZYSdE89hOnIhnB_D-114" parent="1" style="rounded=1;whiteSpace=wrap;html=1;" value="RandomCrop&lt;br&gt;(95%)" vertex="1">
-           <mxGeometry height="30" width="70" x="-990" y="600" as="geometry" />
+           <mxGeometry height="30" width="70" x="-1000" y="594.5" as="geometry" />
        </mxCell>
        <mxCell id="5m5IZYSdE89hOnIhnB_D-120" edge="1" parent="1" source="5m5IZYSdE89hOnIhnB_D-115" style="edgeStyle=orthogonalEdgeStyle;curved=1;rounded=0;orthogonalLoop=1;jettySize=auto;html=1;exitX=1;exitY=0.5;exitDx=0;exitDy=0;entryX=0;entryY=0.5;entryDx=0;entryDy=0;" target="5m5IZYSdE89hOnIhnB_D-116">
          <mxGeometry relative="1" as="geometry" />
        </mxCell>
        <mxCell id="5m5IZYSdE89hOnIhnB_D-115" parent="1" style="rounded=1;whiteSpace=wrap;html=1;" value="Resize" vertex="1">
-           <mxGeometry height="30" width="40" x="-890" y="600" as="geometry" />
+           <mxGeometry height="30" width="40" x="-900" y="594.5" as="geometry" />
        </mxCell>
        <mxCell id="5m5IZYSdE89hOnIhnB_D-121" edge="1" parent="1" source="5m5IZYSdE89hOnIhnB_D-116" style="edgeStyle=orthogonalEdgeStyle;curved=1;rounded=0;orthogonalLoop=1;jettySize=auto;html=1;exitX=1;exitY=0.5;exitDx=0;exitDy=0;entryX=0;entryY=0.5;entryDx=0;entryDy=0;" target="5m5IZYSdE89hOnIhnB_D-117">
          <mxGeometry relative="1" as="geometry" />
        </mxCell>
        <mxCell id="5m5IZYSdE89hOnIhnB_D-116" parent="1" style="rounded=1;whiteSpace=wrap;html=1;" value="Rotate(+-5)" vertex="1">
-           <mxGeometry height="30" width="70" x="-830" y="600" as="geometry" />
+           <mxGeometry height="30" width="70" x="-840" y="594.5" as="geometry" />
        </mxCell>
        <mxCell id="5m5IZYSdE89hOnIhnB_D-117" parent="1" style="rounded=1;whiteSpace=wrap;html=1;" value="ColorJitter" vertex="1">
-           <mxGeometry height="30" width="70" x="-740" y="600" as="geometry" />
+           <mxGeometry height="30" width="70" x="-750" y="594.5" as="geometry" />
        </mxCell>
        <mxCell id="5m5IZYSdE89hOnIhnB_D-123" edge="1" parent="1" source="5m5IZYSdE89hOnIhnB_D-122" style="edgeStyle=orthogonalEdgeStyle;curved=1;rounded=0;orthogonalLoop=1;jettySize=auto;html=1;exitX=1;exitY=0.5;exitDx=0;exitDy=0;entryX=0;entryY=0.5;entryDx=0;entryDy=0;" target="5m5IZYSdE89hOnIhnB_D-113">
          <mxGeometry relative="1" as="geometry" />
        </mxCell>
        <mxCell id="5m5IZYSdE89hOnIhnB_D-122" parent="1" style="rounded=1;whiteSpace=wrap;html=1;" value="Base&amp;amp;Wrist Camera" vertex="1">
-           <mxGeometry height="30" width="100" x="-1240" y="600" as="geometry" />
+           <mxGeometry height="30" width="100" x="-1250" y="594.5" as="geometry" />
        </mxCell>
        <mxCell id="5m5IZYSdE89hOnIhnB_D-124" parent="1" style="text;html=1;whiteSpace=wrap;strokeColor=none;fillColor=none;align=center;verticalAlign=middle;rounded=0;fontSize=6;" value="已经默认&lt;br&gt;尺寸匹配" vertex="1">
-           <mxGeometry height="30" width="60" x="-1150" y="590" as="geometry" />
+           <mxGeometry height="30" width="60" x="-1160" y="584.5" as="geometry" />
        </mxCell>
      </root>
    </mxGraphModel>
  </diagram>
</mxfile>
